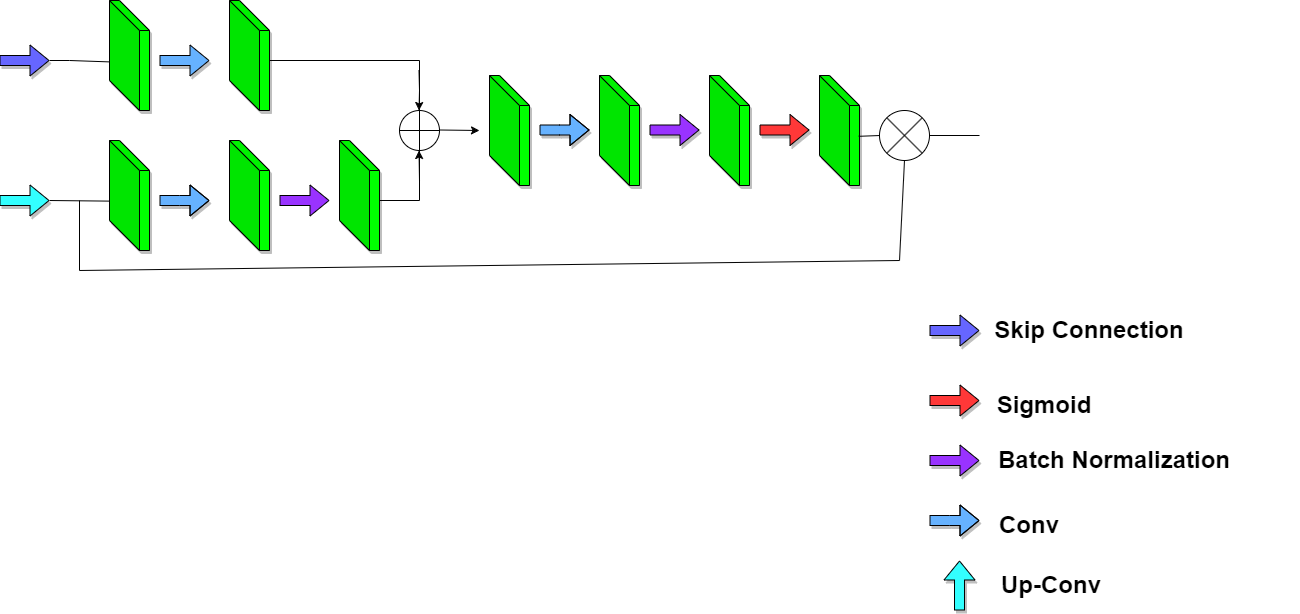
Before: Untitled Diagram.drawio.png, a diagram exported from draw.io (AnayPanja/demo_drawing_at_draw.io). Source tidied: cells renumbered, new cells last; positions are measured from the earlier drawing's top-left corner, leaving out a move shared by most shapes. The source it was exported from:
```xml
<mxGraphModel>
  <root>
    <mxCell id="0" />
    <mxCell id="1" parent="0" />
    <mxCell id="2" style="shape=cube;whiteSpace=wrap;html=1;boundedLbl=1;backgroundOutline=1;darkOpacity=0.05;darkOpacity2=0.1;size=30;shadow=1;fillColor=#00FF00;" parent="1" vertex="1">
      <mxGeometry x="110" width="40" height="110" as="geometry" />
    </mxCell>
    <mxCell id="3" style="shape=cube;whiteSpace=wrap;html=1;boundedLbl=1;backgroundOutline=1;darkOpacity=0.05;darkOpacity2=0.1;size=30;shadow=1;fillColor=#00FF00;" parent="1" vertex="1">
      <mxGeometry x="110" y="140" width="40" height="110" as="geometry" />
    </mxCell>
    <mxCell id="4" style="shape=flexArrow;endArrow=classic;html=1;rounded=0;fillColor=#66B2FF;shadow=1;" parent="1" edge="1">
      <mxGeometry relative="1" as="geometry">
        <mxPoint x="160" y="60" as="sourcePoint" />
        <mxPoint x="210" y="60" as="targetPoint" />
      </mxGeometry>
    </mxCell>
    <mxCell id="5" style="shape=flexArrow;endArrow=classic;html=1;rounded=0;fillColor=#66B2FF;shadow=1;" parent="1" edge="1">
      <mxGeometry relative="1" as="geometry">
        <mxPoint x="160" y="200" as="sourcePoint" />
        <mxPoint x="210" y="200" as="targetPoint" />
        <Array as="points">
          <mxPoint x="180" y="200" />
        </Array>
      </mxGeometry>
    </mxCell>
    <mxCell id="6" style="shape=cube;whiteSpace=wrap;html=1;boundedLbl=1;backgroundOutline=1;darkOpacity=0.05;darkOpacity2=0.1;size=30;shadow=1;fillColor=#00FF00;" parent="1" vertex="1">
      <mxGeometry x="230" width="40" height="110" as="geometry" />
    </mxCell>
    <mxCell id="7" style="shape=cube;whiteSpace=wrap;html=1;boundedLbl=1;backgroundOutline=1;darkOpacity=0.05;darkOpacity2=0.1;size=30;shadow=1;fillColor=#00FF00;" parent="1" vertex="1">
      <mxGeometry x="230" y="140" width="40" height="110" as="geometry" />
    </mxCell>
    <mxCell id="8" style="shape=flexArrow;endArrow=classic;html=1;rounded=0;fillColor=#9933FF;" parent="1" edge="1">
      <mxGeometry relative="1" as="geometry">
        <mxPoint x="280" y="200" as="sourcePoint" />
        <mxPoint x="330" y="200" as="targetPoint" />
      </mxGeometry>
    </mxCell>
    <mxCell id="9" style="shape=cube;whiteSpace=wrap;html=1;boundedLbl=1;backgroundOutline=1;darkOpacity=0.05;darkOpacity2=0.1;size=30;shadow=1;fillColor=#00FF00;" parent="1" vertex="1">
      <mxGeometry x="340" y="140" width="40" height="110" as="geometry" />
    </mxCell>
    <mxCell id="10" style="endArrow=none;html=1;rounded=0;" parent="1" edge="1">
      <mxGeometry relative="1" as="geometry">
        <mxPoint x="380" y="200" as="sourcePoint" />
        <mxPoint x="420" y="200" as="targetPoint" />
      </mxGeometry>
    </mxCell>
    <mxCell id="11" style="endArrow=none;html=1;rounded=0;" parent="1" edge="1">
      <mxGeometry relative="1" as="geometry">
        <mxPoint x="270" y="60" as="sourcePoint" />
        <mxPoint x="420" y="60" as="targetPoint" />
      </mxGeometry>
    </mxCell>
    <mxCell id="12" style="endArrow=none;html=1;rounded=0;" parent="1" edge="1" source="14">
      <mxGeometry relative="1" as="geometry">
        <mxPoint x="420" y="60" as="targetPoint" />
      </mxGeometry>
    </mxCell>
    <mxCell id="13" style="endArrow=none;html=1;rounded=0;" parent="1" edge="1" target="14">
      <mxGeometry relative="1" as="geometry">
        <mxPoint x="420" y="200" as="sourcePoint" />
        <Array as="points">
          <mxPoint x="420" y="130" />
        </Array>
      </mxGeometry>
    </mxCell>
    <mxCell id="14" style="shape=orEllipse;perimeter=ellipsePerimeter;whiteSpace=wrap;html=1;backgroundOutline=1;" parent="1" vertex="1">
      <mxGeometry x="400" y="110" width="40" height="40" as="geometry" />
    </mxCell>
    <mxCell id="15" style="endArrow=classic;html=1;rounded=0;" parent="1" edge="1">
      <mxGeometry relative="1" as="geometry">
        <mxPoint x="420" y="180" as="sourcePoint" />
        <mxPoint x="419.5" y="150" as="targetPoint" />
      </mxGeometry>
    </mxCell>
    <mxCell id="16" style="endArrow=classic;html=1;rounded=0;" parent="1" edge="1">
      <mxGeometry relative="1" as="geometry">
        <mxPoint x="419.5" y="70" as="sourcePoint" />
        <mxPoint x="419.5" y="110" as="targetPoint" />
        <Array as="points">
          <mxPoint x="420" y="90" />
        </Array>
      </mxGeometry>
    </mxCell>
    <mxCell id="17" style="endArrow=classic;html=1;rounded=0;" parent="1" edge="1">
      <mxGeometry relative="1" as="geometry">
        <mxPoint x="440" y="129.5" as="sourcePoint" />
        <mxPoint x="480" y="130" as="targetPoint" />
      </mxGeometry>
    </mxCell>
    <mxCell id="18" style="shape=cube;whiteSpace=wrap;html=1;boundedLbl=1;backgroundOutline=1;darkOpacity=0.05;darkOpacity2=0.1;size=30;shadow=1;fillColor=#00FF00;" parent="1" vertex="1">
      <mxGeometry x="490" y="75" width="40" height="110" as="geometry" />
    </mxCell>
    <mxCell id="19" style="shape=flexArrow;endArrow=classic;html=1;rounded=0;fillColor=#66B2FF;shadow=1;" parent="1" edge="1">
      <mxGeometry relative="1" as="geometry">
        <mxPoint x="540" y="129.5" as="sourcePoint" />
        <mxPoint x="590" y="129.5" as="targetPoint" />
        <Array as="points">
          <mxPoint x="560" y="129.5" />
        </Array>
      </mxGeometry>
    </mxCell>
    <mxCell id="20" style="shape=cube;whiteSpace=wrap;html=1;boundedLbl=1;backgroundOutline=1;darkOpacity=0.05;darkOpacity2=0.1;size=30;shadow=1;fillColor=#00FF00;" parent="1" vertex="1">
      <mxGeometry x="600" y="75" width="40" height="110" as="geometry" />
    </mxCell>
    <mxCell id="21" style="shape=cube;whiteSpace=wrap;html=1;boundedLbl=1;backgroundOutline=1;darkOpacity=0.05;darkOpacity2=0.1;size=30;shadow=1;fillColor=#00FF00;" parent="1" vertex="1">
      <mxGeometry x="710" y="75" width="40" height="110" as="geometry" />
    </mxCell>
    <mxCell id="22" style="shape=flexArrow;endArrow=classic;html=1;rounded=0;fillColor=#9933FF;shadow=1;" parent="1" edge="1">
      <mxGeometry relative="1" as="geometry">
        <mxPoint x="650" y="129.5" as="sourcePoint" />
        <mxPoint x="700" y="129.5" as="targetPoint" />
      </mxGeometry>
    </mxCell>
    <mxCell id="23" style="shape=flexArrow;endArrow=classic;html=1;rounded=0;fillColor=#FF3838;shadow=1;" parent="1" edge="1">
      <mxGeometry relative="1" as="geometry">
        <mxPoint x="760" y="129.5" as="sourcePoint" />
        <mxPoint x="810" y="129.5" as="targetPoint" />
      </mxGeometry>
    </mxCell>
    <mxCell id="24" style="shape=cube;whiteSpace=wrap;html=1;boundedLbl=1;backgroundOutline=1;darkOpacity=0.05;darkOpacity2=0.1;size=30;shadow=1;fillColor=#00FF00;" parent="1" vertex="1">
      <mxGeometry x="820" y="75" width="40" height="110" as="geometry" />
    </mxCell>
    <mxCell id="25" style="shape=flexArrow;endArrow=classic;html=1;rounded=0;fillColor=#6666FF;shadow=1;" parent="1" edge="1">
      <mxGeometry relative="1" as="geometry">
        <mxPoint y="60" as="sourcePoint" />
        <mxPoint x="50" y="60" as="targetPoint" />
      </mxGeometry>
    </mxCell>
    <mxCell id="26" style="shape=flexArrow;endArrow=classic;html=1;rounded=0;fillColor=#33FFFF;shadow=1;" parent="1" edge="1">
      <mxGeometry relative="1" as="geometry">
        <mxPoint y="200" as="sourcePoint" />
        <mxPoint x="50" y="200" as="targetPoint" />
      </mxGeometry>
    </mxCell>
    <mxCell id="27" style="shape=sumEllipse;perimeter=ellipsePerimeter;whiteSpace=wrap;html=1;backgroundOutline=1;" parent="1" vertex="1">
      <mxGeometry x="880" y="110" width="50" height="50" as="geometry" />
    </mxCell>
    <mxCell id="28" style="endArrow=none;html=1;rounded=0;exitX=0.98;exitY=0.553;exitDx=0;exitDy=0;exitPerimeter=0;entryX=0;entryY=0.5;entryDx=0;entryDy=0;" parent="1" edge="1" source="24" target="27">
      <mxGeometry relative="1" as="geometry" />
    </mxCell>
    <mxCell id="29" style="endArrow=none;html=1;rounded=0;entryX=-0.01;entryY=0.551;entryDx=0;entryDy=0;entryPerimeter=0;" parent="1" edge="1" target="3">
      <mxGeometry relative="1" as="geometry">
        <mxPoint x="50" y="200" as="sourcePoint" />
      </mxGeometry>
    </mxCell>
    <mxCell id="30" style="endArrow=none;html=1;rounded=0;entryX=-0.01;entryY=0.558;entryDx=0;entryDy=0;entryPerimeter=0;" parent="1" edge="1" target="2">
      <mxGeometry relative="1" as="geometry">
        <mxPoint x="50" y="60" as="sourcePoint" />
        <Array as="points">
          <mxPoint x="70" y="60" />
        </Array>
      </mxGeometry>
    </mxCell>
    <mxCell id="31" style="endArrow=none;html=1;rounded=0;" parent="1" edge="1">
      <mxGeometry relative="1" as="geometry">
        <mxPoint x="80" y="270" as="sourcePoint" />
        <mxPoint x="80" y="200" as="targetPoint" />
      </mxGeometry>
    </mxCell>
    <mxCell id="32" style="endArrow=none;html=1;rounded=0;" parent="1" edge="1">
      <mxGeometry relative="1" as="geometry">
        <mxPoint x="80" y="270" as="sourcePoint" />
        <mxPoint x="900" y="260" as="targetPoint" />
      </mxGeometry>
    </mxCell>
    <mxCell id="33" style="endArrow=none;html=1;rounded=0;entryX=0.5;entryY=1;entryDx=0;entryDy=0;" parent="1" edge="1" target="27">
      <mxGeometry relative="1" as="geometry">
        <mxPoint x="900" y="260" as="sourcePoint" />
      </mxGeometry>
    </mxCell>
    <mxCell id="34" style="endArrow=none;html=1;rounded=0;exitX=1;exitY=0.5;exitDx=0;exitDy=0;" parent="1" edge="1" source="27">
      <mxGeometry relative="1" as="geometry">
        <mxPoint x="980" y="135" as="targetPoint" />
      </mxGeometry>
    </mxCell>
    <mxCell id="35" style="shape=flexArrow;endArrow=classic;html=1;rounded=0;fillColor=#6666FF;shadow=1;" parent="1" edge="1">
      <mxGeometry relative="1" as="geometry">
        <mxPoint x="930" y="330" as="sourcePoint" />
        <mxPoint x="980" y="330" as="targetPoint" />
      </mxGeometry>
    </mxCell>
    <mxCell id="36" style="shape=flexArrow;endArrow=classic;html=1;rounded=0;fillColor=#FF3838;shadow=1;" parent="1" edge="1">
      <mxGeometry relative="1" as="geometry">
        <mxPoint x="930" y="400" as="sourcePoint" />
        <mxPoint x="980" y="400" as="targetPoint" />
      </mxGeometry>
    </mxCell>
    <mxCell id="37" style="shape=flexArrow;endArrow=classic;html=1;rounded=0;fillColor=#9933FF;shadow=1;" parent="1" edge="1">
      <mxGeometry relative="1" as="geometry">
        <mxPoint x="930" y="460" as="sourcePoint" />
        <mxPoint x="980" y="460" as="targetPoint" />
      </mxGeometry>
    </mxCell>
    <mxCell id="38" style="shape=flexArrow;endArrow=classic;html=1;rounded=0;fillColor=#66B2FF;shadow=1;" parent="1" edge="1">
      <mxGeometry relative="1" as="geometry">
        <mxPoint x="930" y="520" as="sourcePoint" />
        <mxPoint x="980" y="520" as="targetPoint" />
        <Array as="points">
          <mxPoint x="950" y="520" />
        </Array>
      </mxGeometry>
    </mxCell>
    <mxCell id="39" style="shape=flexArrow;endArrow=classic;html=1;rounded=0;fillColor=#33FFFF;shadow=1;" parent="1" edge="1">
      <mxGeometry relative="1" as="geometry">
        <mxPoint x="960" y="610" as="sourcePoint" />
        <mxPoint x="960" y="560" as="targetPoint" />
      </mxGeometry>
    </mxCell>
    <mxCell id="40" value="&lt;font style=&quot;font-size: 24px;&quot;&gt;&lt;b&gt;Skip Connection&lt;/b&gt;&lt;/font&gt;" style="text;strokeColor=none;align=center;fillColor=none;html=1;verticalAlign=middle;whiteSpace=wrap;rounded=0;" parent="1" vertex="1">
      <mxGeometry x="990" y="310" width="200" height="40" as="geometry" />
    </mxCell>
    <mxCell id="41" value="&lt;font style=&quot;font-size: 24px;&quot;&gt;&lt;b&gt;Sigmoid&lt;/b&gt;&lt;/font&gt;" style="text;strokeColor=none;align=center;fillColor=none;html=1;verticalAlign=middle;whiteSpace=wrap;rounded=0;" parent="1" vertex="1">
      <mxGeometry x="1000" y="370" width="90" height="70" as="geometry" />
    </mxCell>
    <mxCell id="42" value="&lt;font style=&quot;font-size: 24px;&quot;&gt;&lt;b&gt;Batch Normalization&lt;/b&gt;&lt;/font&gt;" style="text;strokeColor=none;align=center;fillColor=none;html=1;verticalAlign=middle;whiteSpace=wrap;rounded=0;" parent="1" vertex="1">
      <mxGeometry x="990" y="420" width="250" height="80" as="geometry" />
    </mxCell>
    <mxCell id="43" value="&lt;font style=&quot;font-size: 24px;&quot;&gt;&lt;b&gt;Conv&lt;/b&gt;&lt;/font&gt;" style="text;strokeColor=none;align=center;fillColor=none;html=1;verticalAlign=middle;whiteSpace=wrap;rounded=0;" parent="1" vertex="1">
      <mxGeometry x="1000" y="500" width="60" height="50" as="geometry" />
    </mxCell>
    <mxCell id="44" value="&lt;font style=&quot;font-size: 24px;&quot;&gt;&lt;b&gt;Up-Conv&lt;/b&gt;&lt;/font&gt;" style="text;strokeColor=none;align=left;fillColor=none;html=1;verticalAlign=middle;whiteSpace=wrap;rounded=0;" parent="1" vertex="1">
      <mxGeometry x="1000" y="570" width="300" height="30" as="geometry" />
    </mxCell>
  </root>
</mxGraphModel>
```
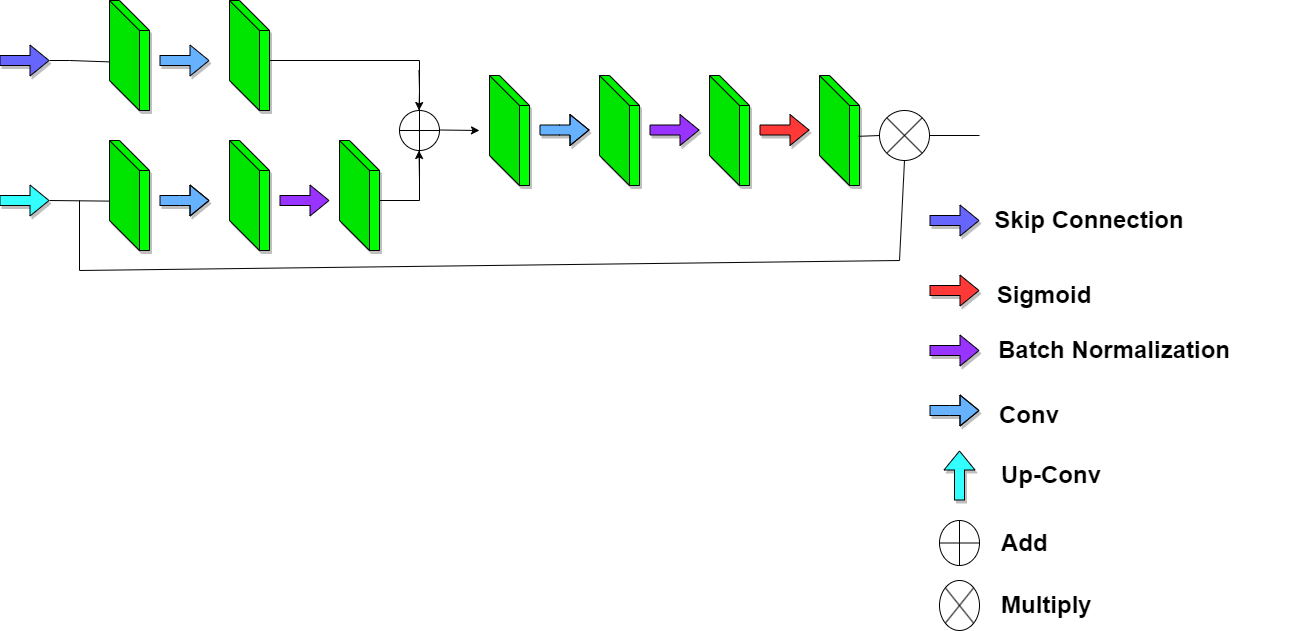
After the commit.

Change to the diagram source:
```diff
@@ -175,51 +175,63 @@
     </mxCell>
     <mxCell id="35" style="shape=flexArrow;endArrow=classic;html=1;rounded=0;fillColor=#6666FF;shadow=1;" parent="1" edge="1">
       <mxGeometry relative="1" as="geometry">
-        <mxPoint x="930" y="330" as="sourcePoint" />
-        <mxPoint x="980" y="330" as="targetPoint" />
+        <mxPoint x="930" y="220" as="sourcePoint" />
+        <mxPoint x="980" y="220" as="targetPoint" />
       </mxGeometry>
     </mxCell>
     <mxCell id="36" style="shape=flexArrow;endArrow=classic;html=1;rounded=0;fillColor=#FF3838;shadow=1;" parent="1" edge="1">
       <mxGeometry relative="1" as="geometry">
-        <mxPoint x="930" y="400" as="sourcePoint" />
-        <mxPoint x="980" y="400" as="targetPoint" />
+        <mxPoint x="930" y="290" as="sourcePoint" />
+        <mxPoint x="980" y="290" as="targetPoint" />
       </mxGeometry>
     </mxCell>
     <mxCell id="37" style="shape=flexArrow;endArrow=classic;html=1;rounded=0;fillColor=#9933FF;shadow=1;" parent="1" edge="1">
       <mxGeometry relative="1" as="geometry">
-        <mxPoint x="930" y="460" as="sourcePoint" />
-        <mxPoint x="980" y="460" as="targetPoint" />
+        <mxPoint x="930" y="350" as="sourcePoint" />
+        <mxPoint x="980" y="350" as="targetPoint" />
       </mxGeometry>
     </mxCell>
     <mxCell id="38" style="shape=flexArrow;endArrow=classic;html=1;rounded=0;fillColor=#66B2FF;shadow=1;" parent="1" edge="1">
       <mxGeometry relative="1" as="geometry">
-        <mxPoint x="930" y="520" as="sourcePoint" />
-        <mxPoint x="980" y="520" as="targetPoint" />
+        <mxPoint x="930" y="410" as="sourcePoint" />
+        <mxPoint x="980" y="410" as="targetPoint" />
         <Array as="points">
-          <mxPoint x="950" y="520" />
+          <mxPoint x="950" y="410" />
         </Array>
       </mxGeometry>
     </mxCell>
     <mxCell id="39" style="shape=flexArrow;endArrow=classic;html=1;rounded=0;fillColor=#33FFFF;shadow=1;" parent="1" edge="1">
       <mxGeometry relative="1" as="geometry">
-        <mxPoint x="960" y="610" as="sourcePoint" />
-        <mxPoint x="960" y="560" as="targetPoint" />
+        <mxPoint x="960" y="500" as="sourcePoint" />
+        <mxPoint x="960" y="450" as="targetPoint" />
       </mxGeometry>
     </mxCell>
     <mxCell id="40" value="&lt;font style=&quot;font-size: 24px;&quot;&gt;&lt;b&gt;Skip Connection&lt;/b&gt;&lt;/font&gt;" style="text;strokeColor=none;align=center;fillColor=none;html=1;verticalAlign=middle;whiteSpace=wrap;rounded=0;" parent="1" vertex="1">
-      <mxGeometry x="990" y="310" width="200" height="40" as="geometry" />
+      <mxGeometry x="990" y="200" width="200" height="40" as="geometry" />
     </mxCell>
     <mxCell id="41" value="&lt;font style=&quot;font-size: 24px;&quot;&gt;&lt;b&gt;Sigmoid&lt;/b&gt;&lt;/font&gt;" style="text;strokeColor=none;align=center;fillColor=none;html=1;verticalAlign=middle;whiteSpace=wrap;rounded=0;" parent="1" vertex="1">
-      <mxGeometry x="1000" y="370" width="90" height="70" as="geometry" />
+      <mxGeometry x="1000" y="260" width="90" height="70" as="geometry" />
     </mxCell>
     <mxCell id="42" value="&lt;font style=&quot;font-size: 24px;&quot;&gt;&lt;b&gt;Batch Normalization&lt;/b&gt;&lt;/font&gt;" style="text;strokeColor=none;align=center;fillColor=none;html=1;verticalAlign=middle;whiteSpace=wrap;rounded=0;" parent="1" vertex="1">
-      <mxGeometry x="990" y="420" width="250" height="80" as="geometry" />
+      <mxGeometry x="990" y="310" width="250" height="80" as="geometry" />
     </mxCell>
     <mxCell id="43" value="&lt;font style=&quot;font-size: 24px;&quot;&gt;&lt;b&gt;Conv&lt;/b&gt;&lt;/font&gt;" style="text;strokeColor=none;align=center;fillColor=none;html=1;verticalAlign=middle;whiteSpace=wrap;rounded=0;" parent="1" vertex="1">
-      <mxGeometry x="1000" y="500" width="60" height="50" as="geometry" />
+      <mxGeometry x="1000" y="390" width="60" height="50" as="geometry" />
     </mxCell>
     <mxCell id="44" value="&lt;font style=&quot;font-size: 24px;&quot;&gt;&lt;b&gt;Up-Conv&lt;/b&gt;&lt;/font&gt;" style="text;strokeColor=none;align=left;fillColor=none;html=1;verticalAlign=middle;whiteSpace=wrap;rounded=0;" parent="1" vertex="1">
-      <mxGeometry x="1000" y="570" width="300" height="30" as="geometry" />
+      <mxGeometry x="1000" y="460" width="300" height="30" as="geometry" />
     </mxCell>
+    <mxCell id="45" style="shape=sumEllipse;perimeter=ellipsePerimeter;whiteSpace=wrap;html=1;backgroundOutline=1;" parent="1" vertex="1">
+      <mxGeometry x="940" y="580" width="40" height="50" as="geometry" />
+    </mxCell>
+    <mxCell id="46" style="shape=orEllipse;perimeter=ellipsePerimeter;whiteSpace=wrap;html=1;backgroundOutline=1;" parent="1" vertex="1">
+      <mxGeometry x="940" y="520" width="40" height="45" as="geometry" />
+    </mxCell>
+    <mxCell id="47" value="&lt;font style=&quot;font-size: 24px;&quot;&gt;&lt;b&gt;Add&lt;/b&gt;&lt;/font&gt;" style="text;strokeColor=none;align=left;fillColor=none;html=1;verticalAlign=middle;whiteSpace=wrap;rounded=0;" parent="1" vertex="1">
+      <mxGeometry x="1000" y="527.5" width="180" height="30" as="geometry" />
+    </mxCell>
+    <mxCell id="48" value="&lt;font style=&quot;font-size: 24px;&quot;&gt;&lt;b&gt;Multiply&lt;/b&gt;&lt;/font&gt;" style="text;strokeColor=none;align=left;fillColor=none;html=1;verticalAlign=middle;whiteSpace=wrap;rounded=0;" parent="1" vertex="1">
+      <mxGeometry x="1000" y="590" width="180" height="30" as="geometry" />
+    </mxCell>
   </root>
 </mxGraphModel>
```
